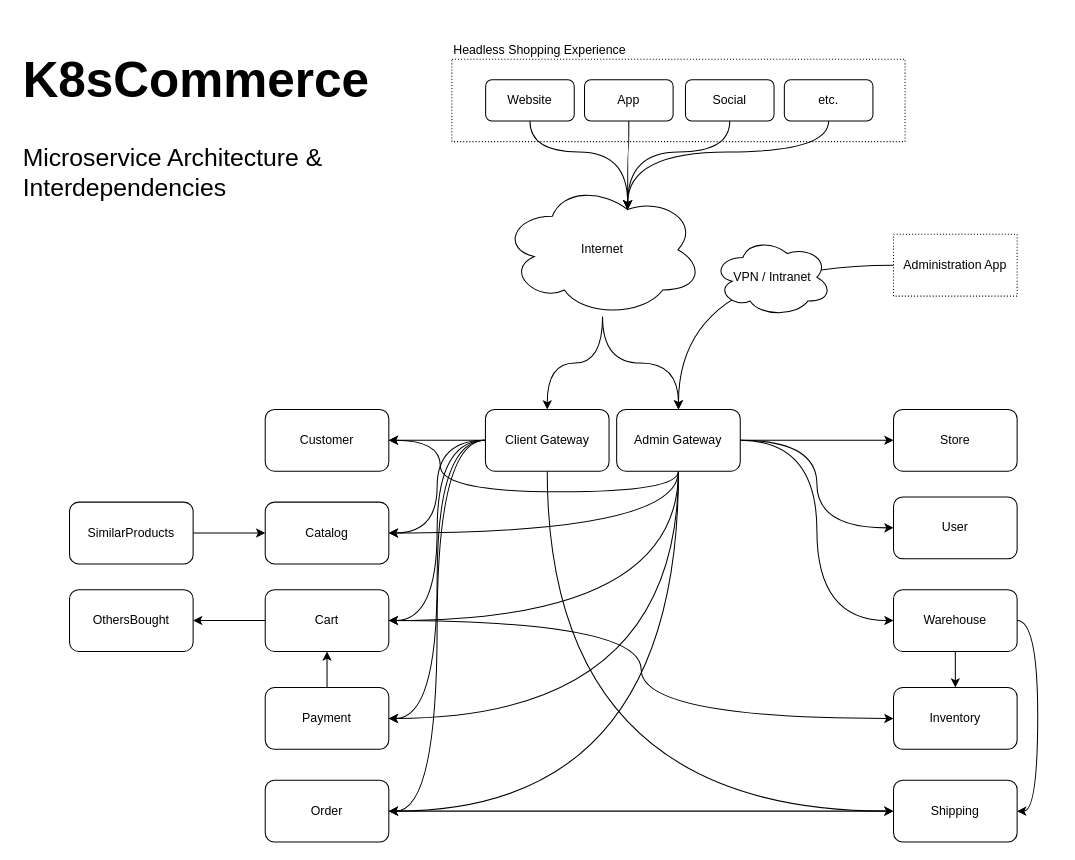
The draw.io diagram docs/K8sCommerceOverview.drawio in k8scommerce/k8scommerce, before the edit. Source tidied: cells renumbered, new cells numbered last; positions are measured from the earlier drawing's top-left corner, leaving out a move shared by most shapes. Both pictures are drawn from the tidied source at 103%, with x=0, y=0 at pixel (18, 28).
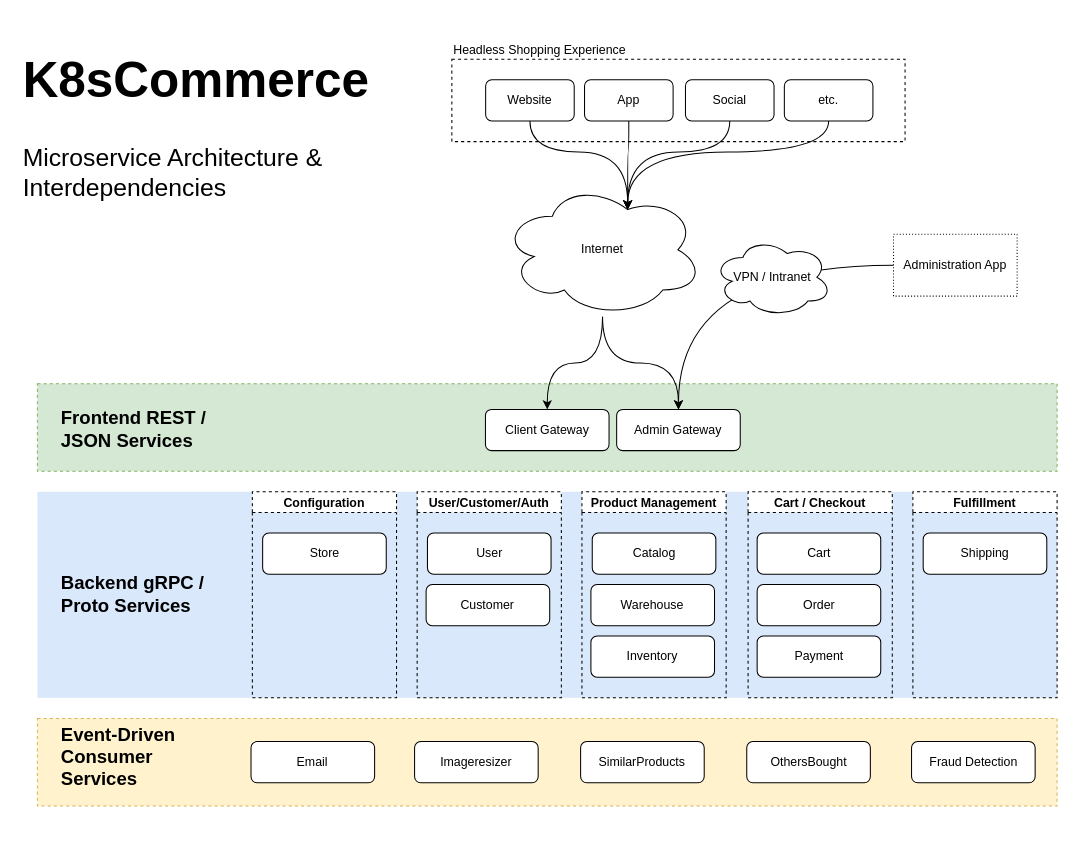
After the change.

Commit message (it also covers changes not shown here):
updated overview diagram

What changed in the source:
```diff
@@
+    <mxCell id="53" style="whiteSpace=wrap;html=1;rounded=0;dashed=1;fontSize=12;fillColor=#fff2cc;align=left;labelPosition=center;verticalLabelPosition=top;verticalAlign=bottom;textDirection=ltr;horizontal=1;strokeColor=#d6b656;" parent="1" vertex="1">
+      <mxGeometry x="18.8" y="670" width="990" height="85" as="geometry" />
+    </mxCell>
+    <mxCell id="54" style="whiteSpace=wrap;html=1;rounded=0;dashed=1;fontSize=12;fillColor=#dae8fc;align=left;labelPosition=center;verticalLabelPosition=top;verticalAlign=bottom;textDirection=ltr;horizontal=1;strokeColor=none;" parent="1" vertex="1">
+      <mxGeometry x="18.8" y="450" width="990" height="200" as="geometry" />
+    </mxCell>
+    <mxCell id="55" style="whiteSpace=wrap;html=1;rounded=0;dashed=1;fontSize=12;fillColor=#d5e8d4;align=left;labelPosition=center;verticalLabelPosition=top;verticalAlign=bottom;textDirection=ltr;horizontal=1;strokeColor=#82b366;" parent="1" vertex="1">
+      <mxGeometry x="18.8" y="345" width="990" height="85" as="geometry" />
+    </mxCell>
-    <mxCell id="2" value="&lt;span style=&quot;&quot;&gt;Headless Shopping Experience&lt;/span&gt;" style="whiteSpace=wrap;html=1;rounded=0;dashed=1;dashPattern=1 2;fontSize=12;fillColor=none;align=left;labelPosition=center;verticalLabelPosition=top;verticalAlign=bottom;textDirection=ltr;horizontal=1;" parent="1" vertex="1">
+    <mxCell id="2" value="&lt;span style=&quot;&quot;&gt;Headless Shopping Experience&lt;/span&gt;" style="whiteSpace=wrap;html=1;rounded=0;dashed=1;fontSize=12;fillColor=none;align=left;labelPosition=center;verticalLabelPosition=top;verticalAlign=bottom;textDirection=ltr;horizontal=1;" parent="1" vertex="1">
       <mxGeometry x="421.2" y="30" width="440" height="80" as="geometry" />
     </mxCell>
-    <mxCell id="3" style="edgeStyle=orthogonalEdgeStyle;rounded=1;jettySize=auto;html=1;curved=1;" parent="1" edge="1" source="9" target="23">
-      <mxGeometry relative="1" as="geometry" />
-    </mxCell>
-    <mxCell id="4" style="edgeStyle=orthogonalEdgeStyle;rounded=1;jettySize=auto;html=1;entryX=1;entryY=0.5;entryDx=0;entryDy=0;curved=1;" parent="1" edge="1" source="9" target="22">
-      <mxGeometry relative="1" as="geometry" />
-    </mxCell>
-    <mxCell id="5" style="edgeStyle=orthogonalEdgeStyle;rounded=1;jettySize=auto;html=1;entryX=1;entryY=0.5;entryDx=0;entryDy=0;curved=1;" parent="1" edge="1" source="9" target="38">
-      <mxGeometry relative="1" as="geometry" />
-    </mxCell>
-    <mxCell id="6" style="edgeStyle=orthogonalEdgeStyle;rounded=1;jettySize=auto;html=1;entryX=1;entryY=0.5;entryDx=0;entryDy=0;curved=1;" parent="1" edge="1" source="9" target="27">
-      <mxGeometry relative="1" as="geometry" />
-    </mxCell>
-    <mxCell id="7" style="edgeStyle=orthogonalEdgeStyle;rounded=1;jettySize=auto;html=1;entryX=1;entryY=0.5;entryDx=0;entryDy=0;curved=1;" parent="1" edge="1" source="9" target="40">
-      <mxGeometry relative="1" as="geometry" />
-    </mxCell>
-    <mxCell id="8" style="edgeStyle=orthogonalEdgeStyle;rounded=1;jettySize=auto;html=1;entryX=0;entryY=0.5;entryDx=0;entryDy=0;exitX=0.5;exitY=1;exitDx=0;exitDy=0;curved=1;" parent="1" edge="1" source="9" target="28">
-      <mxGeometry relative="1" as="geometry" />
-    </mxCell>
     <mxCell id="9" value="Client Gateway" style="rounded=1;whiteSpace=wrap;html=1;" parent="1" vertex="1">
-      <mxGeometry x="453.8" y="370" width="120" height="60" as="geometry" />
+      <mxGeometry x="453.8" y="370" width="120" height="40" as="geometry" />
     </mxCell>
@@
-    <mxCell id="13" style="edgeStyle=orthogonalEdgeStyle;rounded=1;jettySize=auto;html=1;curved=1;" parent="1" edge="1" source="21" target="31">
-      <mxGeometry relative="1" as="geometry" />
-    </mxCell>
-    <mxCell id="14" style="edgeStyle=orthogonalEdgeStyle;rounded=1;jettySize=auto;html=1;entryX=0;entryY=0.5;entryDx=0;entryDy=0;curved=1;" parent="1" edge="1" source="21" target="32">
-      <mxGeometry relative="1" as="geometry" />
-    </mxCell>
-    <mxCell id="15" style="edgeStyle=orthogonalEdgeStyle;rounded=1;jettySize=auto;html=1;entryX=0;entryY=0.5;entryDx=0;entryDy=0;curved=1;" parent="1" edge="1" source="21" target="35">
-      <mxGeometry relative="1" as="geometry" />
-    </mxCell>
-    <mxCell id="16" style="edgeStyle=orthogonalEdgeStyle;curved=1;rounded=1;jettySize=auto;html=1;entryX=1;entryY=0.5;entryDx=0;entryDy=0;exitX=0.5;exitY=1;exitDx=0;exitDy=0;" parent="1" edge="1" source="21" target="40">
-      <mxGeometry relative="1" as="geometry" />
-    </mxCell>
-    <mxCell id="17" style="edgeStyle=orthogonalEdgeStyle;curved=1;rounded=1;jettySize=auto;html=1;entryX=1;entryY=0.5;entryDx=0;entryDy=0;fontSize=12;exitX=0.5;exitY=1;exitDx=0;exitDy=0;" parent="1" edge="1" source="21" target="38">
-      <mxGeometry relative="1" as="geometry" />
-    </mxCell>
-    <mxCell id="18" style="edgeStyle=orthogonalEdgeStyle;curved=1;rounded=1;jettySize=auto;html=1;entryX=1;entryY=0.5;entryDx=0;entryDy=0;fontSize=12;exitX=0.5;exitY=1;exitDx=0;exitDy=0;" parent="1" edge="1" source="21" target="22">
-      <mxGeometry relative="1" as="geometry" />
-    </mxCell>
-    <mxCell id="19" style="edgeStyle=orthogonalEdgeStyle;curved=1;rounded=1;jettySize=auto;html=1;entryX=1;entryY=0.5;entryDx=0;entryDy=0;fontSize=12;exitX=0.5;exitY=1;exitDx=0;exitDy=0;" parent="1" edge="1" source="21" target="23">
-      <mxGeometry relative="1" as="geometry">
-        <Array as="points">
-          <mxPoint x="641" y="450" />
-          <mxPoint x="410" y="450" />
-          <mxPoint x="410" y="400" />
-        </Array>
-      </mxGeometry>
-    </mxCell>
-    <mxCell id="20" style="edgeStyle=orthogonalEdgeStyle;curved=1;rounded=1;jettySize=auto;html=1;exitX=0.5;exitY=1;exitDx=0;exitDy=0;fontSize=12;entryX=1;entryY=0.5;entryDx=0;entryDy=0;" parent="1" edge="1" source="21" target="27">
-      <mxGeometry relative="1" as="geometry" />
-    </mxCell>
     <mxCell id="21" value="Admin Gateway" style="rounded=1;whiteSpace=wrap;html=1;" parent="1" vertex="1">
-      <mxGeometry x="581.2" y="370" width="120" height="60" as="geometry" />
+      <mxGeometry x="581.2" y="370" width="120" height="40" as="geometry" />
     </mxCell>
-    <mxCell id="22" value="Catalog" style="rounded=1;whiteSpace=wrap;html=1;" parent="1" vertex="1">
-      <mxGeometry x="240" y="460" width="120" height="60" as="geometry" />
-    </mxCell>
-    <mxCell id="23" value="Customer" style="rounded=1;whiteSpace=wrap;html=1;" parent="1" vertex="1">
-      <mxGeometry x="240" y="370" width="120" height="60" as="geometry" />
-    </mxCell>
-    <mxCell id="24" value="Inventory" style="rounded=1;whiteSpace=wrap;html=1;" parent="1" vertex="1">
-      <mxGeometry x="850" y="640" width="120" height="60" as="geometry" />
-    </mxCell>
-    <mxCell id="25" value="OthersBought" style="rounded=1;whiteSpace=wrap;html=1;" parent="1" vertex="1">
-      <mxGeometry x="50" y="545" width="120" height="60" as="geometry" />
-    </mxCell>
-    <mxCell id="26" style="edgeStyle=orthogonalEdgeStyle;rounded=1;jettySize=auto;html=1;curved=1;" parent="1" edge="1" source="27" target="38">
-      <mxGeometry relative="1" as="geometry" />
-    </mxCell>
-    <mxCell id="27" value="Payment" style="rounded=1;whiteSpace=wrap;html=1;" parent="1" vertex="1">
-      <mxGeometry x="240" y="640" width="120" height="60" as="geometry" />
-    </mxCell>
-    <mxCell id="28" value="Shipping" style="rounded=1;whiteSpace=wrap;html=1;" parent="1" vertex="1">
-      <mxGeometry x="850" y="730" width="120" height="60" as="geometry" />
-    </mxCell>
-    <mxCell id="29" style="edgeStyle=orthogonalEdgeStyle;rounded=0;jettySize=auto;html=1;entryX=0;entryY=0.5;entryDx=0;entryDy=0;" parent="1" edge="1" source="30" target="22">
-      <mxGeometry relative="1" as="geometry" />
-    </mxCell>
-    <mxCell id="30" value="SimilarProducts" style="rounded=1;whiteSpace=wrap;html=1;" parent="1" vertex="1">
-      <mxGeometry x="50" y="460" width="120" height="60" as="geometry" />
-    </mxCell>
-    <mxCell id="31" value="Store" style="rounded=1;whiteSpace=wrap;html=1;" parent="1" vertex="1">
-      <mxGeometry x="850" y="370" width="120" height="60" as="geometry" />
-    </mxCell>
-    <mxCell id="32" value="User" style="rounded=1;whiteSpace=wrap;html=1;" parent="1" vertex="1">
-      <mxGeometry x="850" y="455" width="120" height="60" as="geometry" />
-    </mxCell>
-    <mxCell id="33" style="edgeStyle=orthogonalEdgeStyle;rounded=1;jettySize=auto;html=1;curved=1;" parent="1" edge="1" source="35" target="24">
-      <mxGeometry relative="1" as="geometry" />
-    </mxCell>
-    <mxCell id="34" style="edgeStyle=orthogonalEdgeStyle;rounded=1;jettySize=auto;html=1;entryX=1;entryY=0.5;entryDx=0;entryDy=0;exitX=1;exitY=0.5;exitDx=0;exitDy=0;curved=1;" parent="1" edge="1" source="35" target="28">
-      <mxGeometry relative="1" as="geometry" />
-    </mxCell>
-    <mxCell id="35" value="Warehouse" style="rounded=1;whiteSpace=wrap;html=1;" parent="1" vertex="1">
-      <mxGeometry x="850" y="545" width="120" height="60" as="geometry" />
-    </mxCell>
-    <mxCell id="36" style="edgeStyle=orthogonalEdgeStyle;rounded=1;jettySize=auto;html=1;curved=1;" parent="1" edge="1" source="38" target="25">
-      <mxGeometry relative="1" as="geometry" />
-    </mxCell>
-    <mxCell id="37" style="edgeStyle=orthogonalEdgeStyle;rounded=1;jettySize=auto;html=1;entryX=0;entryY=0.5;entryDx=0;entryDy=0;curved=1;" parent="1" edge="1" source="38" target="24">
-      <mxGeometry relative="1" as="geometry" />
-    </mxCell>
-    <mxCell id="38" value="Cart" style="rounded=1;whiteSpace=wrap;html=1;" parent="1" vertex="1">
-      <mxGeometry x="240" y="545" width="120" height="60" as="geometry" />
-    </mxCell>
-    <mxCell id="39" style="edgeStyle=orthogonalEdgeStyle;rounded=1;jettySize=auto;html=1;entryX=0;entryY=0.5;entryDx=0;entryDy=0;curved=1;" parent="1" edge="1" source="40" target="28">
-      <mxGeometry relative="1" as="geometry" />
-    </mxCell>
-    <mxCell id="40" value="Order" style="rounded=1;whiteSpace=wrap;html=1;" parent="1" vertex="1">
-      <mxGeometry x="240" y="730" width="120" height="60" as="geometry" />
-    </mxCell>
@@
+    <mxCell id="31" value="Store" style="rounded=1;whiteSpace=wrap;html=1;" parent="1" vertex="1">
+      <mxGeometry x="237.5" y="490" width="120" height="40" as="geometry" />
+    </mxCell>
+    <mxCell id="22" value="Catalog" style="rounded=1;whiteSpace=wrap;html=1;" parent="1" vertex="1">
+      <mxGeometry x="557.5" y="490" width="120" height="40" as="geometry" />
+    </mxCell>
+    <mxCell id="35" value="Warehouse" style="rounded=1;whiteSpace=wrap;html=1;" parent="1" vertex="1">
+      <mxGeometry x="556.2" y="540" width="120" height="40" as="geometry" />
+    </mxCell>
+    <mxCell id="32" value="User" style="rounded=1;whiteSpace=wrap;html=1;" parent="1" vertex="1">
+      <mxGeometry x="397.5" y="490" width="120" height="40" as="geometry" />
+    </mxCell>
+    <mxCell id="23" value="Customer" style="rounded=1;whiteSpace=wrap;html=1;" parent="1" vertex="1">
+      <mxGeometry x="396.2" y="540" width="120" height="40" as="geometry" />
+    </mxCell>
+    <mxCell id="24" value="Inventory" style="rounded=1;whiteSpace=wrap;html=1;" parent="1" vertex="1">
+      <mxGeometry x="556.2" y="590" width="120" height="40" as="geometry" />
+    </mxCell>
+    <mxCell id="56" value="&lt;h2&gt;Frontend REST / JSON Services&lt;/h2&gt;" style="text;html=1;strokeColor=none;fillColor=none;align=left;verticalAlign=middle;whiteSpace=wrap;rounded=0;dashed=1;" parent="1" vertex="1">
+      <mxGeometry x="40" y="375" width="150" height="30" as="geometry" />
+    </mxCell>
+    <mxCell id="57" value="Configuration" style="swimlane;startSize=20;rounded=0;dashed=1;swimlaneBody=1;horizontal=1;swimlaneHead=1;" parent="1" vertex="1">
+      <mxGeometry x="227.5" y="450" width="140" height="200" as="geometry" />
+    </mxCell>
+    <mxCell id="58" value="User/Customer/Auth" style="swimlane;startSize=20;rounded=0;dashed=1;" parent="1" vertex="1">
+      <mxGeometry x="387.5" y="450" width="140" height="200" as="geometry" />
+    </mxCell>
+    <mxCell id="59" value="Product Management" style="swimlane;startSize=20;rounded=0;dashed=1;" parent="1" vertex="1">
+      <mxGeometry x="547.5" y="450" width="140" height="200" as="geometry" />
+    </mxCell>
+    <mxCell id="60" value="Cart / Checkout" style="swimlane;startSize=20;rounded=0;dashed=1;" parent="1" vertex="1">
+      <mxGeometry x="708.8" y="450" width="140" height="200" as="geometry" />
+    </mxCell>
+    <mxCell id="38" value="Cart" style="rounded=1;whiteSpace=wrap;html=1;" parent="60" vertex="1">
+      <mxGeometry x="8.8" y="40" width="120" height="40" as="geometry" />
+    </mxCell>
+    <mxCell id="40" value="Order" style="rounded=1;whiteSpace=wrap;html=1;" parent="60" vertex="1">
+      <mxGeometry x="8.8" y="90" width="120" height="40" as="geometry" />
+    </mxCell>
+    <mxCell id="27" value="Payment" style="rounded=1;whiteSpace=wrap;html=1;" parent="60" vertex="1">
+      <mxGeometry x="8.8" y="140" width="120" height="40" as="geometry" />
+    </mxCell>
+    <mxCell id="61" value="Fulfillment" style="swimlane;startSize=20;rounded=0;dashed=1;" parent="1" vertex="1">
+      <mxGeometry x="868.8" y="450" width="140" height="200" as="geometry" />
+    </mxCell>
+    <mxCell id="28" value="Shipping" style="rounded=1;whiteSpace=wrap;html=1;" parent="61" vertex="1">
+      <mxGeometry x="10" y="40" width="120" height="40" as="geometry" />
+    </mxCell>
+    <mxCell id="62" value="&lt;h2&gt;Backend gRPC / Proto Services&lt;/h2&gt;" style="text;html=1;strokeColor=none;fillColor=none;align=left;verticalAlign=middle;whiteSpace=wrap;rounded=0;dashed=1;" parent="1" vertex="1">
+      <mxGeometry x="40" y="535" width="150" height="30" as="geometry" />
+    </mxCell>
+    <mxCell id="63" value="Email" style="rounded=1;whiteSpace=wrap;html=1;" parent="1" vertex="1">
+      <mxGeometry x="226.2" y="692.5" width="120" height="40" as="geometry" />
+    </mxCell>
+    <mxCell id="64" value="Imageresizer" style="rounded=1;whiteSpace=wrap;html=1;" parent="1" vertex="1">
+      <mxGeometry x="385" y="692.5" width="120" height="40" as="geometry" />
+    </mxCell>
+    <mxCell id="30" value="SimilarProducts" style="rounded=1;whiteSpace=wrap;html=1;" parent="1" vertex="1">
+      <mxGeometry x="546.2" y="692.5" width="120" height="40" as="geometry" />
+    </mxCell>
+    <mxCell id="25" value="OthersBought" style="rounded=1;whiteSpace=wrap;html=1;" parent="1" vertex="1">
+      <mxGeometry x="707.5" y="692.5" width="120" height="40" as="geometry" />
+    </mxCell>
+    <mxCell id="65" value="Fraud Detection" style="rounded=1;whiteSpace=wrap;html=1;" parent="1" vertex="1">
+      <mxGeometry x="867.5" y="692.5" width="120" height="40" as="geometry" />
+    </mxCell>
+    <mxCell id="66" value="&lt;h2&gt;Event-Driven Consumer Services&lt;/h2&gt;" style="text;html=1;strokeColor=none;fillColor=none;align=left;verticalAlign=middle;whiteSpace=wrap;rounded=0;dashed=1;" parent="1" vertex="1">
+      <mxGeometry x="40" y="692.5" width="150" height="30" as="geometry" />
+    </mxCell>
```
